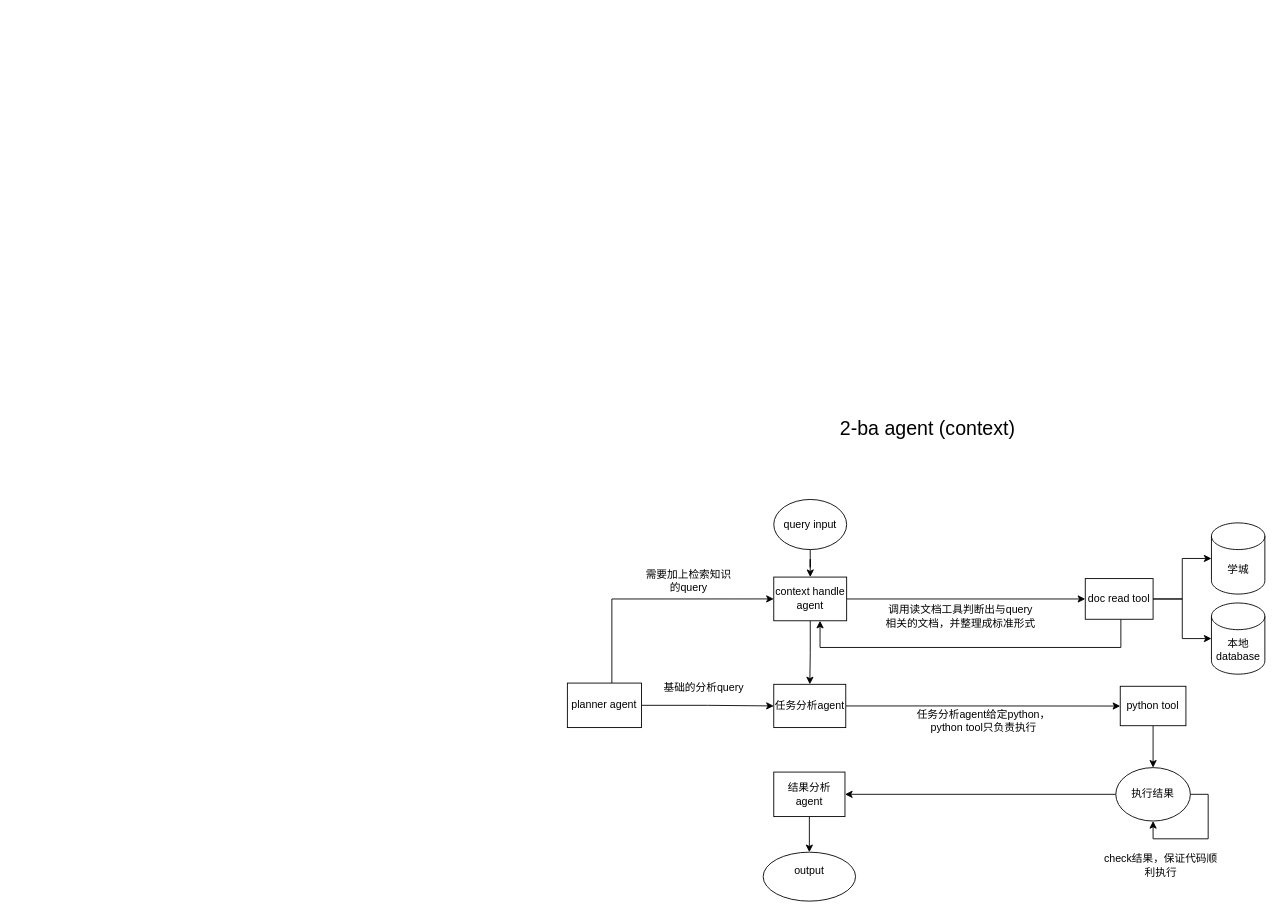
Earlier version of the draw.io diagram page "第 2 页" (2 of 3) of 未命名绘图.drawio (lijinxuan1101/auto-ba-agent). Source tidied: cells renumbered, new cells numbered last; positions are measured from the earlier drawing's top-left corner, leaving out a move shared by most shapes. Both pictures are drawn from the tidied source at 89%, with x=0, y=0 at pixel (567, 416).
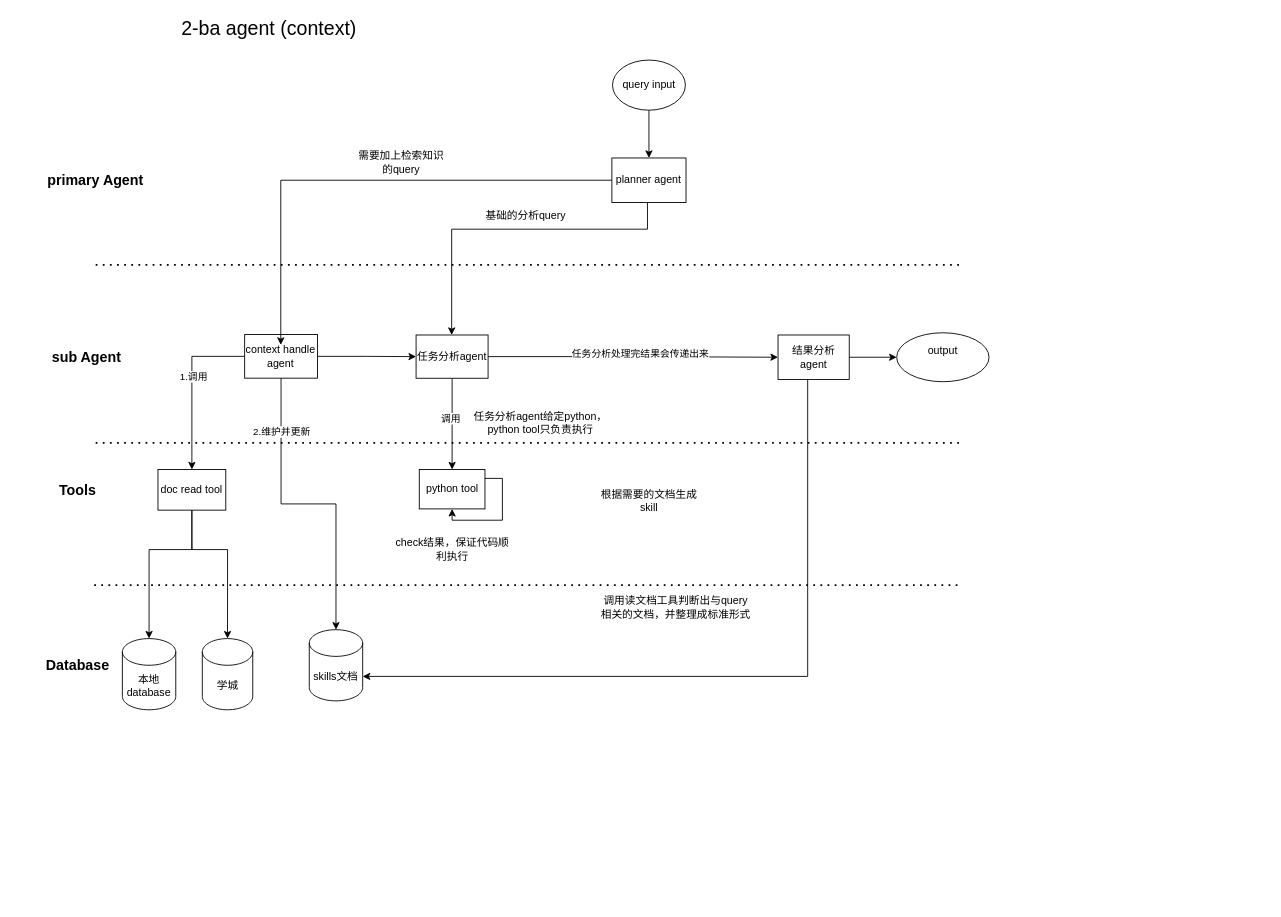
After the change.

Commit message:
更新未命名绘图.drawio

Unchanged cells that the change refers to:
```xml
<mxCell id="2" style="edgeStyle=orthogonalEdgeStyle;rounded=0;jettySize=auto;html=1;labelBackgroundColor=none;fontColor=default;" parent="1" edge="1" source="3" target="7">
  <mxGeometry relative="1" as="geometry" />
</mxCell>
<mxCell id="17" style="edgeStyle=orthogonalEdgeStyle;rounded=0;jettySize=auto;html=1;labelBackgroundColor=none;fontColor=default;" parent="1" edge="1" source="19" target="22">
  <mxGeometry relative="1" as="geometry" />
</mxCell>
```

What changed in the source:
```diff
@@
-    <mxCell id="3" value="任务分析agent" style="rounded=0;whiteSpace=wrap;html=1;labelBackgroundColor=none;" parent="1" vertex="1">
-      <mxGeometry x="231.9" y="301.4" width="80.9" height="48.6" as="geometry" />
-    </mxCell>
+    <mxCell id="32" value="调用" style="edgeLabel;html=1;align=center;verticalAlign=middle;" parent="2" vertex="1">
+      <mxGeometry x="-0.12" y="-2" relative="1" as="geometry" />
+    </mxCell>
-    <mxCell id="4" style="edgeStyle=orthogonalEdgeStyle;rounded=0;jettySize=auto;html=1;labelBackgroundColor=none;fontColor=default;" parent="1" edge="1" source="5" target="19">
+    <mxCell id="4" style="edgeStyle=orthogonalEdgeStyle;rounded=0;jettySize=auto;html=1;labelBackgroundColor=none;fontColor=default;" parent="1" edge="1" source="5" target="29">
       <mxGeometry relative="1" as="geometry" />
     </mxCell>
     <mxCell id="5" value="query input" style="ellipse;whiteSpace=wrap;html=1;labelBackgroundColor=none;" parent="1" vertex="1">
-      <mxGeometry x="231.9" y="93.7" width="81.9" height="56.3" as="geometry" />
+      <mxGeometry x="50.7" y="-400" width="81.9" height="56.3" as="geometry" />
     </mxCell>
-    <mxCell id="6" style="edgeStyle=orthogonalEdgeStyle;rounded=0;jettySize=auto;html=1;labelBackgroundColor=none;fontColor=default;" parent="1" edge="1" source="7" target="10">
-      <mxGeometry relative="1" as="geometry" />
-    </mxCell>
     <mxCell id="7" value="python tool" style="rounded=0;whiteSpace=wrap;html=1;labelBackgroundColor=none;" parent="1" vertex="1">
-      <mxGeometry x="621.2" y="303.6" width="73.8" height="44.3" as="geometry" />
+      <mxGeometry x="-166.4" y="60" width="73.8" height="44.3" as="geometry" />
     </mxCell>
     <mxCell id="8" value="任务分析agent给定python，python tool只负责执行&lt;div&gt;&lt;br&gt;&lt;/div&gt;" style="text;html=1;whiteSpace=wrap;strokeColor=none;fillColor=none;align=center;verticalAlign=middle;rounded=0;labelBackgroundColor=none;" parent="1" vertex="1">
-      <mxGeometry x="378.1" y="335" width="180" height="30" as="geometry" />
+      <mxGeometry x="-120" width="180" height="30" as="geometry" />
     </mxCell>
-    <mxCell id="9" style="edgeStyle=orthogonalEdgeStyle;rounded=0;jettySize=auto;html=1;labelBackgroundColor=none;fontColor=default;" parent="1" edge="1" source="10" target="14">
-      <mxGeometry relative="1" as="geometry" />
-    </mxCell>
-    <mxCell id="10" value="执行结果" style="ellipse;whiteSpace=wrap;html=1;labelBackgroundColor=none;" parent="1" vertex="1">
-      <mxGeometry x="616.2" y="395" width="83.8" height="60" as="geometry" />
-    </mxCell>
-    <mxCell id="11" style="edgeStyle=orthogonalEdgeStyle;rounded=0;orthogonalLoop=1;jettySize=auto;html=1;exitX=1;exitY=0.5;exitDx=0;exitDy=0;entryX=0.5;entryY=1;entryDx=0;entryDy=0;labelBackgroundColor=none;fontColor=default;" parent="1" edge="1" source="10" target="10">
-      <mxGeometry relative="1" as="geometry" />
-    </mxCell>
     <mxCell id="12" value="check结果，保证代码顺利执行" style="text;html=1;whiteSpace=wrap;strokeColor=none;fillColor=none;align=center;verticalAlign=middle;rounded=0;labelBackgroundColor=none;" parent="1" vertex="1">
-      <mxGeometry x="597" y="490" width="140" height="30" as="geometry" />
+      <mxGeometry x="-199.5" y="135" width="140" height="30" as="geometry" />
     </mxCell>
@@
     <mxCell id="14" value="结果分析agent" style="rounded=0;whiteSpace=wrap;html=1;labelBackgroundColor=none;" parent="1" vertex="1">
-      <mxGeometry x="231.9" y="400" width="80" height="50" as="geometry" />
+      <mxGeometry x="236.7" y="-91.1" width="80" height="50" as="geometry" />
     </mxCell>
     <mxCell id="15" value="output&lt;div&gt;&lt;br&gt;&lt;/div&gt;" style="ellipse;whiteSpace=wrap;html=1;rounded=0;labelBackgroundColor=none;" parent="1" vertex="1">
-      <mxGeometry x="220" y="490" width="103.8" height="55" as="geometry" />
+      <mxGeometry x="370" y="-93.6" width="103.8" height="55" as="geometry" />
     </mxCell>
     <mxCell id="16" value="2-ba agent (context)" style="text;html=1;whiteSpace=wrap;strokeColor=none;fillColor=none;align=center;verticalAlign=middle;rounded=0;fontSize=22;labelBackgroundColor=none;" parent="1" vertex="1">
-      <mxGeometry x="290" width="230" height="30" as="geometry" />
+      <mxGeometry x="-450" y="-450" width="230" height="30" as="geometry" />
     </mxCell>
@@
+    <mxCell id="33" value="1.调用" style="edgeLabel;html=1;align=center;verticalAlign=middle;" parent="17" vertex="1">
+      <mxGeometry x="-0.12" y="1" relative="1" as="geometry" />
+    </mxCell>
@@
+    <mxCell id="34" style="edgeStyle=orthogonalEdgeStyle;rounded=0;jettySize=auto;html=1;" parent="1" edge="1" source="19" target="36">
+      <mxGeometry relative="1" as="geometry" />
+    </mxCell>
+    <mxCell id="35" value="2.维护并更新" style="edgeLabel;html=1;align=center;verticalAlign=middle;" parent="34" vertex="1">
+      <mxGeometry x="-0.65" relative="1" as="geometry" />
+    </mxCell>
     <mxCell id="19" value="context handle agent" style="rounded=0;whiteSpace=wrap;html=1;labelBackgroundColor=none;" parent="1" vertex="1">
-      <mxGeometry x="231.9" y="180.9" width="81.9" height="49.1" as="geometry" />
+      <mxGeometry x="-362.6" y="-91.7" width="81.9" height="49.1" as="geometry" />
     </mxCell>
     <mxCell id="20" style="edgeStyle=orthogonalEdgeStyle;rounded=0;jettySize=auto;html=1;labelBackgroundColor=none;fontColor=default;" parent="1" edge="1" source="22" target="25">
-      <mxGeometry relative="1" as="geometry" />
+      <mxGeometry relative="1" as="geometry">
+        <Array as="points">
+          <mxPoint x="-422" y="150" />
+          <mxPoint x="-470" y="150" />
+        </Array>
+      </mxGeometry>
     </mxCell>
-    <mxCell id="21" style="edgeStyle=orthogonalEdgeStyle;rounded=0;jettySize=auto;html=1;labelBackgroundColor=none;fontColor=default;" parent="1" edge="1" source="22" target="19">
-      <mxGeometry relative="1" as="geometry">
-        <Array as="points">
-          <mxPoint x="621.9" y="260" />
-          <mxPoint x="283.9" y="260" />
-        </Array>
-      </mxGeometry>
-    </mxCell>
     <mxCell id="22" value="doc read tool" style="rounded=0;whiteSpace=wrap;html=1;labelBackgroundColor=none;" parent="1" vertex="1">
-      <mxGeometry x="581.9" y="182.6" width="76.2" height="45.7" as="geometry" />
+      <mxGeometry x="-460" y="60" width="76.2" height="45.7" as="geometry" />
     </mxCell>
     <mxCell id="23" value="学城" style="shape=cylinder3;whiteSpace=wrap;html=1;boundedLbl=1;backgroundOutline=1;size=15;labelBackgroundColor=none;" parent="1" vertex="1">
-      <mxGeometry x="723.7" y="120" width="60" height="80" as="geometry" />
+      <mxGeometry x="-410.2" y="250" width="56.7" height="80" as="geometry" />
     </mxCell>
-    <mxCell id="24" style="edgeStyle=orthogonalEdgeStyle;rounded=0;jettySize=auto;html=1;entryX=0;entryY=0.5;entryDx=0;entryDy=0;entryPerimeter=0;labelBackgroundColor=none;fontColor=default;" parent="1" edge="1" source="22" target="23">
-      <mxGeometry relative="1" as="geometry" />
+    <mxCell id="24" style="edgeStyle=orthogonalEdgeStyle;rounded=0;jettySize=auto;html=1;entryX=0.5;entryY=0;entryDx=0;entryDy=0;entryPerimeter=0;labelBackgroundColor=none;fontColor=default;exitX=0.5;exitY=1;exitDx=0;exitDy=0;" parent="1" edge="1" source="22" target="23">
+      <mxGeometry relative="1" as="geometry">
+        <Array as="points">
+          <mxPoint x="-422" y="150" />
+          <mxPoint x="-382" y="150" />
+        </Array>
+      </mxGeometry>
     </mxCell>
     <mxCell id="25" value="本地database" style="shape=cylinder3;whiteSpace=wrap;html=1;boundedLbl=1;backgroundOutline=1;size=15;labelBackgroundColor=none;" parent="1" vertex="1">
-      <mxGeometry x="723.7" y="210" width="60" height="80" as="geometry" />
+      <mxGeometry x="-500" y="250" width="60" height="80" as="geometry" />
     </mxCell>
     <mxCell id="26" value="调用读文档工具判断出与query相关的文档，并整理成标准形式" style="text;html=1;whiteSpace=wrap;strokeColor=none;fillColor=none;align=center;verticalAlign=middle;rounded=0;labelBackgroundColor=none;" parent="1" vertex="1">
-      <mxGeometry x="353.7" y="210" width="176" height="30" as="geometry" />
+      <mxGeometry x="33.7" y="200" width="176" height="30" as="geometry" />
     </mxCell>
-    <mxCell id="27" style="edgeStyle=orthogonalEdgeStyle;rounded=0;jettySize=auto;html=1;entryX=0;entryY=0.5;entryDx=0;entryDy=0;labelBackgroundColor=none;fontColor=default;" parent="1" edge="1" source="29" target="19">
+    <mxCell id="27" style="edgeStyle=orthogonalEdgeStyle;rounded=0;jettySize=auto;html=1;labelBackgroundColor=none;fontColor=default;exitX=0;exitY=0.5;exitDx=0;exitDy=0;" parent="1" edge="1" source="29">
       <mxGeometry relative="1" as="geometry">
+        <mxPoint x="-322" y="-80" as="targetPoint" />
         <Array as="points">
-          <mxPoint x="50" y="205" />
+          <mxPoint x="-322" y="-265" />
         </Array>
       </mxGeometry>
     </mxCell>
-    <mxCell id="28" style="edgeStyle=orthogonalEdgeStyle;rounded=0;jettySize=auto;html=1;entryX=0;entryY=0.5;entryDx=0;entryDy=0;labelBackgroundColor=none;fontColor=default;" parent="1" edge="1" source="29" target="3">
-      <mxGeometry relative="1" as="geometry" />
+    <mxCell id="28" style="edgeStyle=orthogonalEdgeStyle;rounded=0;orthogonalLoop=1;jettySize=auto;html=1;entryX=0;entryY=0.5;entryDx=0;entryDy=0;labelBackgroundColor=none;fontColor=default;" parent="1" edge="1">
+      <mxGeometry relative="1" as="geometry">
+        <mxPoint x="90" y="-289.2" as="sourcePoint" />
+        <mxPoint x="-130" y="-91.1" as="targetPoint" />
+        <Array as="points">
+          <mxPoint x="90" y="-210" />
+          <mxPoint x="-130" y="-210" />
+        </Array>
+      </mxGeometry>
     </mxCell>
     <mxCell id="29" value="planner agent" style="rounded=0;whiteSpace=wrap;html=1;labelBackgroundColor=none;" parent="1" vertex="1">
-      <mxGeometry y="300" width="83.3" height="50" as="geometry" />
+      <mxGeometry x="50" y="-290" width="83.3" height="50" as="geometry" />
     </mxCell>
     <mxCell id="30" value="需要加上检索知识的query" style="text;html=1;whiteSpace=wrap;strokeColor=none;fillColor=none;align=center;verticalAlign=middle;rounded=0;labelBackgroundColor=none;" parent="1" vertex="1">
-      <mxGeometry x="83.3" y="170" width="106.7" height="30" as="geometry" />
+      <mxGeometry x="-240" y="-300" width="106.7" height="30" as="geometry" />
     </mxCell>
     <mxCell id="31" value="基础的分析query" style="text;html=1;whiteSpace=wrap;strokeColor=none;fillColor=none;align=center;verticalAlign=middle;rounded=0;labelBackgroundColor=none;" parent="1" vertex="1">
-      <mxGeometry x="100" y="290" width="106.7" height="30" as="geometry" />
+      <mxGeometry x="-100" y="-240" width="106.7" height="30" as="geometry" />
     </mxCell>
+    <mxCell id="36" value="skills文档" style="shape=cylinder3;whiteSpace=wrap;html=1;boundedLbl=1;backgroundOutline=1;size=15;" parent="1" vertex="1">
+      <mxGeometry x="-290" y="240" width="60" height="80" as="geometry" />
+    </mxCell>
+    <mxCell id="37" value="根据需要的文档生成skill" style="text;html=1;whiteSpace=wrap;strokeColor=none;fillColor=none;align=center;verticalAlign=middle;rounded=0;" parent="1" vertex="1">
+      <mxGeometry x="33.7" y="80" width="116" height="30" as="geometry" />
+    </mxCell>
+    <mxCell id="38" style="edgeStyle=orthogonalEdgeStyle;rounded=0;jettySize=auto;html=1;" parent="1" edge="1" source="3" target="14">
+      <mxGeometry relative="1" as="geometry" />
+    </mxCell>
+    <mxCell id="39" value="任务分析处理完结果会传递出来" style="edgeLabel;html=1;align=center;verticalAlign=middle;" parent="38" vertex="1">
+      <mxGeometry x="0.05" y="4" relative="1" as="geometry" />
+    </mxCell>
+    <mxCell id="3" value="任务分析agent" style="rounded=0;whiteSpace=wrap;html=1;labelBackgroundColor=none;" parent="1" vertex="1">
+      <mxGeometry x="-170" y="-91.1" width="80.9" height="48.6" as="geometry" />
+    </mxCell>
+    <mxCell id="40" style="edgeStyle=orthogonalEdgeStyle;rounded=0;orthogonalLoop=1;jettySize=auto;html=1;entryX=0.5;entryY=1;entryDx=0;entryDy=0;" parent="1" edge="1" source="7" target="7">
+      <mxGeometry relative="1" as="geometry">
+        <Array as="points">
+          <mxPoint x="-73" y="70" />
+          <mxPoint x="-73" y="117" />
+          <mxPoint x="-129" y="117" />
+        </Array>
+      </mxGeometry>
+    </mxCell>
+    <mxCell id="41" style="endArrow=none;dashed=1;html=1;dashPattern=1 3;strokeWidth=2;rounded=0;" parent="1" edge="1">
+      <mxGeometry relative="1" as="geometry">
+        <mxPoint x="-530" y="-170" as="sourcePoint" />
+        <mxPoint x="440" y="-170" as="targetPoint" />
+      </mxGeometry>
+    </mxCell>
+    <mxCell id="42" style="edgeStyle=orthogonalEdgeStyle;rounded=0;jettySize=auto;html=1;entryX=1;entryY=0;entryDx=0;entryDy=52.5;entryPerimeter=0;" parent="1" edge="1" source="14" target="36">
+      <mxGeometry relative="1" as="geometry">
+        <Array as="points">
+          <mxPoint x="270" y="293" />
+        </Array>
+      </mxGeometry>
+    </mxCell>
+    <mxCell id="43" style="endArrow=none;dashed=1;html=1;dashPattern=1 3;strokeWidth=2;rounded=0;" parent="1" edge="1">
+      <mxGeometry relative="1" as="geometry">
+        <mxPoint x="-531.7" y="190" as="sourcePoint" />
+        <mxPoint x="438.3" y="190" as="targetPoint" />
+      </mxGeometry>
+    </mxCell>
+    <mxCell id="44" value="&lt;b style=&quot;background-color: light-dark(#ffffff, var(--ge-dark-color, #121212));&quot;&gt;sub Agent&lt;/b&gt;" style="text;html=1;whiteSpace=wrap;strokeColor=none;fillColor=none;align=center;verticalAlign=middle;rounded=0;shadow=0;fontSize=16;" parent="1" vertex="1">
+      <mxGeometry x="-580" y="-81.1" width="80" height="30" as="geometry" />
+    </mxCell>
+    <mxCell id="45" style="endArrow=none;dashed=1;html=1;dashPattern=1 3;strokeWidth=2;rounded=0;" parent="1" edge="1">
+      <mxGeometry relative="1" as="geometry">
+        <mxPoint x="-530" y="30" as="sourcePoint" />
+        <mxPoint x="440" y="30" as="targetPoint" />
+      </mxGeometry>
+    </mxCell>
+    <mxCell id="46" value="&lt;span style=&quot;background-color: rgb(255, 255, 255);&quot;&gt;&lt;b&gt;Tools&lt;/b&gt;&lt;/span&gt;" style="text;html=1;whiteSpace=wrap;strokeColor=none;fillColor=none;align=center;verticalAlign=middle;rounded=0;shadow=0;fontSize=16;" parent="1" vertex="1">
+      <mxGeometry x="-580" y="67.9" width="60" height="30" as="geometry" />
+    </mxCell>
+    <mxCell id="47" value="&lt;span style=&quot;background-color: rgb(255, 255, 255);&quot;&gt;&lt;b&gt;Database&lt;/b&gt;&lt;/span&gt;" style="text;html=1;whiteSpace=wrap;strokeColor=none;fillColor=none;align=center;verticalAlign=middle;rounded=0;shadow=0;fontSize=16;" parent="1" vertex="1">
+      <mxGeometry x="-580" y="265" width="60" height="30" as="geometry" />
+    </mxCell>
+    <mxCell id="48" value="&lt;b style=&quot;background-color: light-dark(#ffffff, var(--ge-dark-color, #121212));&quot;&gt;primary Agent&lt;/b&gt;" style="text;html=1;whiteSpace=wrap;strokeColor=none;fillColor=none;align=center;verticalAlign=middle;rounded=0;shadow=0;fontSize=16;" parent="1" vertex="1">
+      <mxGeometry x="-620" y="-280" width="180" height="30" as="geometry" />
+    </mxCell>
```
